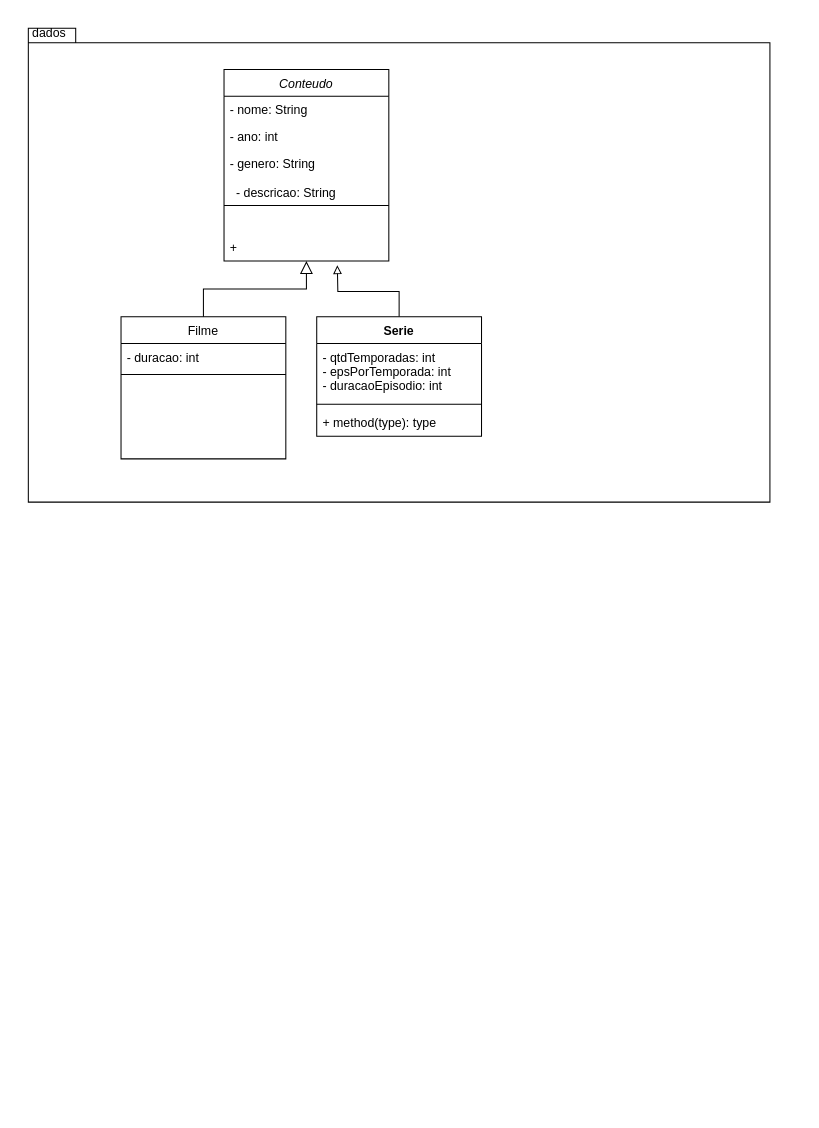
The draw.io diagram trabalhoPOO.drawio in ViniciusHansen/diagramas, before the edit. Source tidied: cells renumbered, new cells numbered last; positions are measured from the earlier drawing's top-left corner, leaving out a move shared by most shapes. Both pictures are drawn from the tidied source at 103%, with x=0, y=0 at pixel (18, 18).
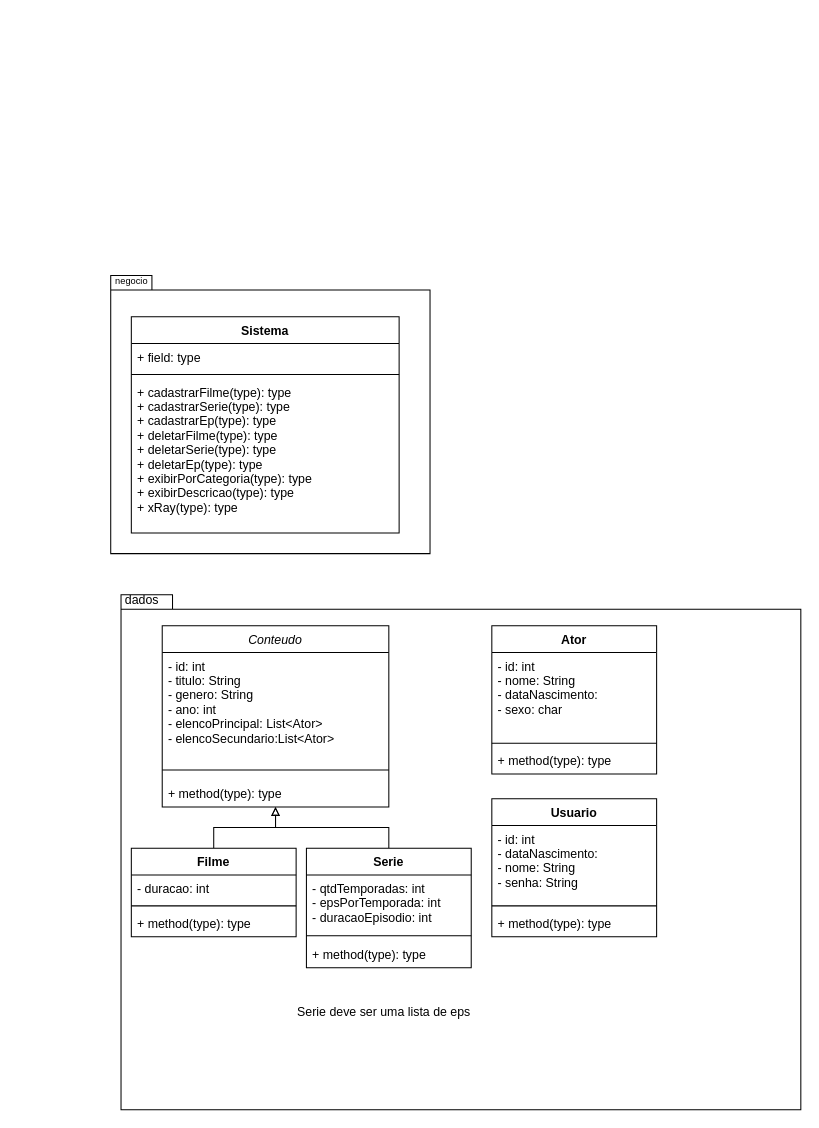
The same diagram, later.

The edit, as a diff of the source:
```diff
@@
     <mxCell id="2" style="shape=folder;fontStyle=1;spacingTop=10;tabWidth=40;tabHeight=14;tabPosition=left;html=1;" parent="1" vertex="1">
-      <mxGeometry x="10" y="10" width="720" height="460" as="geometry" />
+      <mxGeometry x="100" y="560" width="660" height="500" as="geometry" />
     </mxCell>
     <mxCell id="3" value="Conteudo" style="swimlane;fontStyle=2;align=center;verticalAlign=top;horizontal=1;startSize=26;rounded=0;shadow=0;strokeWidth=1;" parent="1" vertex="1">
-      <mxGeometry x="200" y="50" width="160" height="186" as="geometry" />
+      <mxGeometry x="140" y="590" width="220" height="176" as="geometry" />
     </mxCell>
-    <mxCell id="4" value="- nome: String&#10;" style="text;align=left;verticalAlign=top;spacingLeft=4;spacingRight=4;overflow=hidden;" parent="3" vertex="1">
-      <mxGeometry y="26" width="160" height="26" as="geometry" />
+    <mxCell id="4" value="- id: int&#10;- titulo: String&#10;- genero: String&#10;- ano: int&#10;- elencoPrincipal: List&lt;Ator&gt;&#10;- elencoSecundario:List&lt;Ator&gt;&#10;" style="text;align=left;verticalAlign=top;spacingLeft=4;spacingRight=4;overflow=hidden;" parent="3" vertex="1">
+      <mxGeometry y="26" width="220" height="104" as="geometry" />
     </mxCell>
-    <mxCell id="5" value="- ano: int" style="text;align=left;verticalAlign=top;spacingLeft=4;spacingRight=4;overflow=hidden;rounded=0;shadow=0;html=0;" parent="3" vertex="1">
-      <mxGeometry y="52" width="160" height="26" as="geometry" />
-    </mxCell>
-    <mxCell id="6" value="- genero: String&#10;" style="text;align=left;verticalAlign=top;spacingLeft=4;spacingRight=4;overflow=hidden;rounded=0;shadow=0;html=0;" parent="3" vertex="1">
-      <mxGeometry y="78" width="160" height="26" as="geometry" />
-    </mxCell>
     <mxCell id="7" style="line;html=1;strokeWidth=1;align=left;verticalAlign=middle;spacingTop=-1;spacingLeft=3;spacingRight=3;labelPosition=right;" parent="3" vertex="1">
-      <mxGeometry y="104" width="160" height="56" as="geometry" />
+      <mxGeometry y="130" width="220" height="20" as="geometry" />
     </mxCell>
-    <mxCell id="8" value="+" style="text;align=left;verticalAlign=top;spacingLeft=4;spacingRight=4;overflow=hidden;" parent="3" vertex="1">
-      <mxGeometry y="160" width="160" height="26" as="geometry" />
+    <mxCell id="8" value="+ method(type): type" style="text;align=left;verticalAlign=top;spacingLeft=4;spacingRight=4;overflow=hidden;" parent="3" vertex="1">
+      <mxGeometry y="150" width="220" height="26" as="geometry" />
     </mxCell>
-    <mxCell id="9" value="Filme" style="swimlane;fontStyle=0;align=center;verticalAlign=top;horizontal=1;startSize=26;rounded=0;shadow=0;strokeWidth=1;" parent="1" vertex="1">
-      <mxGeometry x="100" y="290" width="160" height="138" as="geometry" />
-    </mxCell>
-    <mxCell id="10" value="- duracao: int" style="text;align=left;verticalAlign=top;spacingLeft=4;spacingRight=4;overflow=hidden;" parent="9" vertex="1">
-      <mxGeometry y="26" width="160" height="26" as="geometry" />
-    </mxCell>
-    <mxCell id="11" style="line;html=1;strokeWidth=1;align=left;verticalAlign=middle;spacingTop=-1;spacingLeft=3;spacingRight=3;labelPosition=right;" parent="9" vertex="1">
-      <mxGeometry y="52" width="160" height="8" as="geometry" />
-    </mxCell>
-    <mxCell id="12" style="endArrow=block;endSize=10;endFill=0;shadow=0;strokeWidth=1;rounded=0;edgeStyle=elbowEdgeStyle;elbow=vertical;" parent="1" edge="1" source="9" target="3">
-      <mxGeometry relative="1" as="geometry" />
-    </mxCell>
-    <mxCell id="13" style="edgeStyle=orthogonalEdgeStyle;rounded=0;jettySize=auto;html=1;endArrow=block;endFill=0;" parent="1" edge="1" source="14">
-      <mxGeometry relative="1" as="geometry">
-        <mxPoint x="310" y="240" as="targetPoint" />
-      </mxGeometry>
-    </mxCell>
+    <mxCell id="20" style="edgeStyle=orthogonalEdgeStyle;rounded=0;jettySize=auto;html=1;endArrow=block;endFill=0;" parent="1" edge="1" source="14" target="3">
+      <mxGeometry relative="1" as="geometry" />
+    </mxCell>
     <mxCell id="14" value="Serie" style="swimlane;fontStyle=1;align=center;verticalAlign=top;horizontal=1;startSize=26;" parent="1" vertex="1">
-      <mxGeometry x="290" y="290" width="160" height="116" as="geometry" />
+      <mxGeometry x="280" y="806" width="160" height="116" as="geometry" />
     </mxCell>
@@
-    <mxCell id="18" value="- descricao: String" style="text;html=1;align=center;verticalAlign=middle;strokeColor=none;fillColor=none;" parent="1" vertex="1">
-      <mxGeometry x="190" y="155" width="140" height="30" as="geometry" />
-    </mxCell>
     <mxCell id="19" value="dados" style="text;html=1;align=center;verticalAlign=middle;strokeColor=none;fillColor=none;" parent="1" vertex="1">
-      <mxGeometry width="60" height="30" as="geometry" />
+      <mxGeometry x="90" y="550" width="60" height="30" as="geometry" />
     </mxCell>
+    <mxCell id="21" value="Usuario" style="swimlane;fontStyle=1;align=center;verticalAlign=top;horizontal=1;startSize=26;" parent="1" vertex="1">
+      <mxGeometry x="460" y="758" width="160" height="134" as="geometry" />
+    </mxCell>
+    <mxCell id="22" value="- id: int&#10;- dataNascimento:&#10;- nome: String&#10;- senha: String&#10;" style="text;strokeColor=none;fillColor=none;align=left;verticalAlign=top;spacingLeft=4;spacingRight=4;overflow=hidden;" parent="21" vertex="1">
+      <mxGeometry y="26" width="160" height="74" as="geometry" />
+    </mxCell>
+    <mxCell id="23" style="line;strokeWidth=1;fillColor=none;align=left;verticalAlign=middle;spacingTop=-1;spacingLeft=3;spacingRight=3;labelPosition=right;strokeColor=inherit;" parent="21" vertex="1">
+      <mxGeometry y="100" width="160" height="8" as="geometry" />
+    </mxCell>
+    <mxCell id="24" value="+ method(type): type" style="text;strokeColor=none;fillColor=none;align=left;verticalAlign=top;spacingLeft=4;spacingRight=4;overflow=hidden;" parent="21" vertex="1">
+      <mxGeometry y="108" width="160" height="26" as="geometry" />
+    </mxCell>
+    <mxCell id="25" value="Ator" style="swimlane;fontStyle=1;align=center;verticalAlign=top;horizontal=1;startSize=26;" parent="1" vertex="1">
+      <mxGeometry x="460" y="590" width="160" height="144" as="geometry" />
+    </mxCell>
+    <mxCell id="26" value="- id: int&#10;- nome: String&#10;- dataNascimento:&#10;- sexo: char&#10;&#10;" style="text;strokeColor=none;fillColor=none;align=left;verticalAlign=top;spacingLeft=4;spacingRight=4;overflow=hidden;" parent="25" vertex="1">
+      <mxGeometry y="26" width="160" height="84" as="geometry" />
+    </mxCell>
+    <mxCell id="27" style="line;strokeWidth=1;fillColor=none;align=left;verticalAlign=middle;spacingTop=-1;spacingLeft=3;spacingRight=3;labelPosition=right;strokeColor=inherit;" parent="25" vertex="1">
+      <mxGeometry y="110" width="160" height="8" as="geometry" />
+    </mxCell>
+    <mxCell id="28" value="+ method(type): type" style="text;strokeColor=none;fillColor=none;align=left;verticalAlign=top;spacingLeft=4;spacingRight=4;overflow=hidden;" parent="25" vertex="1">
+      <mxGeometry y="118" width="160" height="26" as="geometry" />
+    </mxCell>
+    <mxCell id="12" style="edgeStyle=orthogonalEdgeStyle;rounded=0;jettySize=auto;html=1;endArrow=block;endFill=0;" parent="1" edge="1" source="9" target="3">
+      <mxGeometry relative="1" as="geometry" />
+    </mxCell>
+    <mxCell id="9" value="Filme" style="swimlane;fontStyle=1;align=center;verticalAlign=top;horizontal=1;startSize=26;" parent="1" vertex="1">
+      <mxGeometry x="110" y="806" width="160" height="86" as="geometry" />
+    </mxCell>
+    <mxCell id="10" value="- duracao: int" style="text;strokeColor=none;fillColor=none;align=left;verticalAlign=top;spacingLeft=4;spacingRight=4;overflow=hidden;" parent="9" vertex="1">
+      <mxGeometry y="26" width="160" height="26" as="geometry" />
+    </mxCell>
+    <mxCell id="29" style="line;strokeWidth=1;fillColor=none;align=left;verticalAlign=middle;spacingTop=-1;spacingLeft=3;spacingRight=3;labelPosition=right;strokeColor=inherit;" parent="9" vertex="1">
+      <mxGeometry y="52" width="160" height="8" as="geometry" />
+    </mxCell>
+    <mxCell id="30" value="+ method(type): type" style="text;strokeColor=none;fillColor=none;align=left;verticalAlign=top;spacingLeft=4;spacingRight=4;overflow=hidden;" parent="9" vertex="1">
+      <mxGeometry y="60" width="160" height="26" as="geometry" />
+    </mxCell>
+    <mxCell id="31" style="shape=folder;fontStyle=1;spacingTop=10;tabWidth=40;tabHeight=14;tabPosition=left;html=1;" parent="1" vertex="1">
+      <mxGeometry x="90" y="250" width="310" height="270" as="geometry" />
+    </mxCell>
+    <mxCell id="32" value="&lt;font style=&quot;font-size: 9px;&quot;&gt;negocio&lt;/font&gt;" style="text;html=1;align=center;verticalAlign=middle;strokeColor=none;fillColor=none;" parent="1" vertex="1">
+      <mxGeometry x="80" y="240" width="60" height="30" as="geometry" />
+    </mxCell>
+    <mxCell id="33" value="Sistema" style="swimlane;fontStyle=1;align=center;verticalAlign=top;horizontal=1;startSize=26;fontSize=12;" parent="1" vertex="1">
+      <mxGeometry x="110" y="290" width="260" height="210" as="geometry" />
+    </mxCell>
+    <mxCell id="34" value="+ field: type" style="text;strokeColor=none;fillColor=none;align=left;verticalAlign=top;spacingLeft=4;spacingRight=4;overflow=hidden;fontSize=12;" parent="33" vertex="1">
+      <mxGeometry y="26" width="260" height="26" as="geometry" />
+    </mxCell>
+    <mxCell id="35" style="line;strokeWidth=1;fillColor=none;align=left;verticalAlign=middle;spacingTop=-1;spacingLeft=3;spacingRight=3;labelPosition=right;strokeColor=inherit;fontSize=12;" parent="33" vertex="1">
+      <mxGeometry y="52" width="260" height="8" as="geometry" />
+    </mxCell>
+    <mxCell id="36" value="+ cadastrarFilme(type): type&#10;+ cadastrarSerie(type): type&#10;+ cadastrarEp(type): type&#10;+ deletarFilme(type): type&#10;+ deletarSerie(type): type&#10;+ deletarEp(type): type&#10;+ exibirPorCategoria(type): type&#10;+ exibirDescricao(type): type&#10;+ xRay(type): type&#10;" style="text;strokeColor=none;fillColor=none;align=left;verticalAlign=top;spacingLeft=4;spacingRight=4;overflow=hidden;fontSize=12;" parent="33" vertex="1">
+      <mxGeometry y="60" width="260" height="150" as="geometry" />
+    </mxCell>
+    <mxCell id="37" value="Serie deve ser uma lista de eps" style="text;html=1;align=center;verticalAlign=middle;strokeColor=none;fillColor=none;fontSize=12;" parent="1" vertex="1">
+      <mxGeometry x="250" y="950" width="210" height="30" as="geometry" />
+    </mxCell>
```
